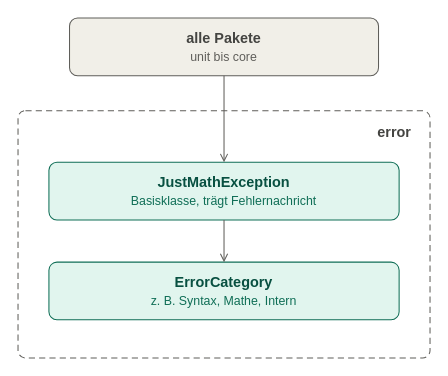
Before: page "error" (8 of 8) of docs/JustMath Architektur.drawio in lembergmax/JustMath, a draw.io diagram. Source tidied: cells renumbered, new cells numbered last; positions are measured from the earlier drawing's top-left corner, leaving out a move shared by most shapes. Both pictures are drawn from the tidied source at 103%, with x=0, y=0 at pixel (18, 18).
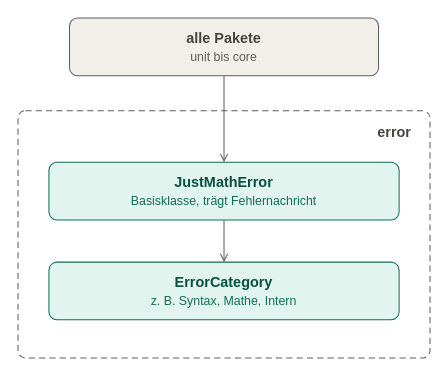
After the change.

Commit message (it also covers changes not shown here):
update: adjust diagrams for JustMath architecture and class structure

What changed in the source:
```diff
@@
 <mxGraphModel>
   <root>
     <mxCell id="0" />
     <mxCell id="1" parent="0" />
     <mxCell id="2" value="error" style="rounded=1;arcSize=3;whiteSpace=wrap;html=1;dashed=1;dashPattern=6 4;fillColor=none;strokeColor=#5F5E5A;verticalAlign=top;align=right;spacingRight=16;spacingTop=6;fontStyle=1;fontSize=14;fontColor=#444441;" parent="1" vertex="1">
       <mxGeometry y="90" width="400" height="240" as="geometry" />
     </mxCell>
-    <mxCell id="3" value="&lt;b&gt;JustMathException&lt;/b&gt;&lt;br&gt;&lt;font style=&quot;font-size: 12px;&quot; color=&quot;#0F6E56&quot;&gt;Basisklasse, trägt Fehlernachricht&lt;/font&gt;" style="rounded=1;arcSize=14;whiteSpace=wrap;html=1;fontSize=14;fillColor=#E1F5EE;strokeColor=#0F6E56;fontColor=#085041;" parent="2" vertex="1">
+    <mxCell id="3" value="&lt;b&gt;JustMathError&lt;/b&gt;&lt;br&gt;&lt;font style=&quot;font-size: 12px;&quot; color=&quot;#0F6E56&quot;&gt;Basisklasse, trägt Fehlernachricht&lt;/font&gt;" style="rounded=1;arcSize=14;whiteSpace=wrap;html=1;fontSize=14;fillColor=#E1F5EE;strokeColor=#0F6E56;fontColor=#085041;" parent="2" vertex="1">
       <mxGeometry x="30" y="50" width="340" height="56" as="geometry" />
     </mxCell>
     <mxCell id="4" value="&lt;b&gt;ErrorCategory&lt;/b&gt;&lt;br&gt;&lt;font style='font-size:12px' color='#0F6E56'&gt;z. B. Syntax, Mathe, Intern&lt;/font&gt;" style="rounded=1;arcSize=14;whiteSpace=wrap;html=1;fontSize=14;fillColor=#E1F5EE;strokeColor=#0F6E56;fontColor=#085041;" parent="2" vertex="1">
       <mxGeometry x="30" y="147" width="340" height="56" as="geometry" />
     </mxCell>
     <mxCell id="5" style="html=1;endArrow=open;strokeColor=#5F5E5A;exitX=0.5;exitY=1;exitDx=0;exitDy=0;entryX=0.5;entryY=0;entryDx=0;entryDy=0;" parent="2" edge="1" source="3" target="4">
       <mxGeometry relative="1" as="geometry" />
     </mxCell>
     <mxCell id="6" value="&lt;b&gt;alle Pakete&lt;/b&gt;&lt;br&gt;&lt;font style='font-size:12px' color='#5F5E5A'&gt;unit bis core&lt;/font&gt;" style="rounded=1;arcSize=14;whiteSpace=wrap;html=1;fontSize=14;fillColor=#F1EFE8;strokeColor=#5F5E5A;fontColor=#444441;" parent="1" vertex="1">
       <mxGeometry x="50" width="300" height="56" as="geometry" />
     </mxCell>
     <mxCell id="7" style="html=1;endArrow=open;strokeColor=#5F5E5A;exitX=0.5;exitY=1;exitDx=0;exitDy=0;entryX=0.5;entryY=0;entryDx=0;entryDy=0;" parent="1" edge="1" source="6" target="3">
       <mxGeometry relative="1" as="geometry" />
     </mxCell>
   </root>
 </mxGraphModel>
```
